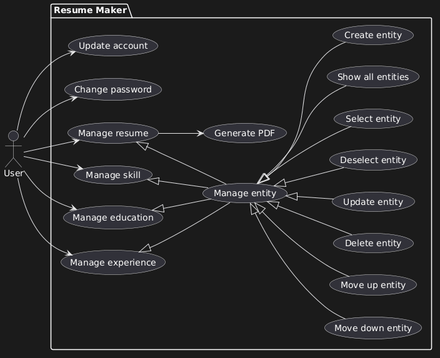
Before: Products/ResumeMaker/Images/UseCaseDiagram.png, a diagram exported from PlantUML (jakubolejarczyk/Documentation).
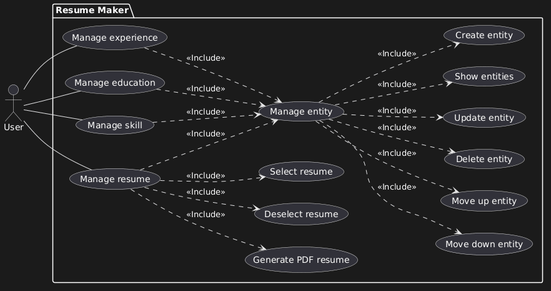
After the change.

Commit message:
Refactor the use case diagram for resume maker product

Change to the diagram source:
```diff
@@ -8,40 +8,36 @@
   usecase "Move up entity" as MoveUpEntity
   usecase "Delete entity" as DeleteEntity
   usecase "Update entity" as UpdateEntity
-  usecase "Deselect entity" as DeselectEntity
-  usecase "Select entity" as SelectEntity
-  usecase "Show all entities" as ShowAllEntities
+  usecase "Show entities" as ShowEntities
   usecase "Create entity" as CreateEntity
   usecase "Manage entity" as ManageEntity
-  usecase "Generate PDF" as GeneratePDF
+  usecase "Generate PDF resume" as GeneratePDFResume
+  usecase "Deselect resume" as DeselectResume
+  usecase "Select resume" as SelectResume
   usecase "Manage experience" as ManageExperience
   usecase "Manage education" as ManageEducation
   usecase "Manage skill" as ManageSkill
   usecase "Manage resume" as ManageResume
-  usecase "Change password" as ChangePassword
-  usecase "Update account" as UpdateAccount
 }
 
-User --> ManageExperience
-User --> ManageEducation
-User --> ManageSkill
-User --> ManageResume
-User --> ChangePassword
-User --> UpdateAccount
+User -- ManageExperience
+User -- ManageEducation
+User -- ManageSkill
+User -- ManageResume
 
-ManageResume <|-- ManageEntity
-ManageSkill <|-- ManageEntity
-ManageEducation <|-- ManageEntity
-ManageExperience <|-- ManageEntity
+ManageResume ..> GeneratePDFResume : <<Include>>
+ManageResume ..> DeselectResume : <<Include>>
+ManageResume ..> SelectResume : <<Include>>
 
-ManageResume --> GeneratePDF
+ManageResume ..> ManageEntity : <<Include>>
+ManageSkill ..> ManageEntity : <<Include>>
+ManageEducation ..> ManageEntity : <<Include>>
+ManageExperience ..> ManageEntity : <<Include>>
 
-ManageEntity <|-- MoveDownEntity
-ManageEntity <|-- MoveUpEntity
-ManageEntity <|-- DeleteEntity
-ManageEntity <|-- UpdateEntity
-ManageEntity <|-- DeselectEntity
-ManageEntity <|-- SelectEntity
-ManageEntity <|-- ShowAllEntities
-ManageEntity <|-- CreateEntity
+ManageEntity ..> MoveDownEntity : <<Include>>
+ManageEntity ..> MoveUpEntity : <<Include>>
+ManageEntity ..> DeleteEntity : <<Include>>
+ManageEntity ..> UpdateEntity : <<Include>>
+ManageEntity ..> ShowEntities : <<Include>>
+ManageEntity ..> CreateEntity : <<Include>>
 @enduml
```
